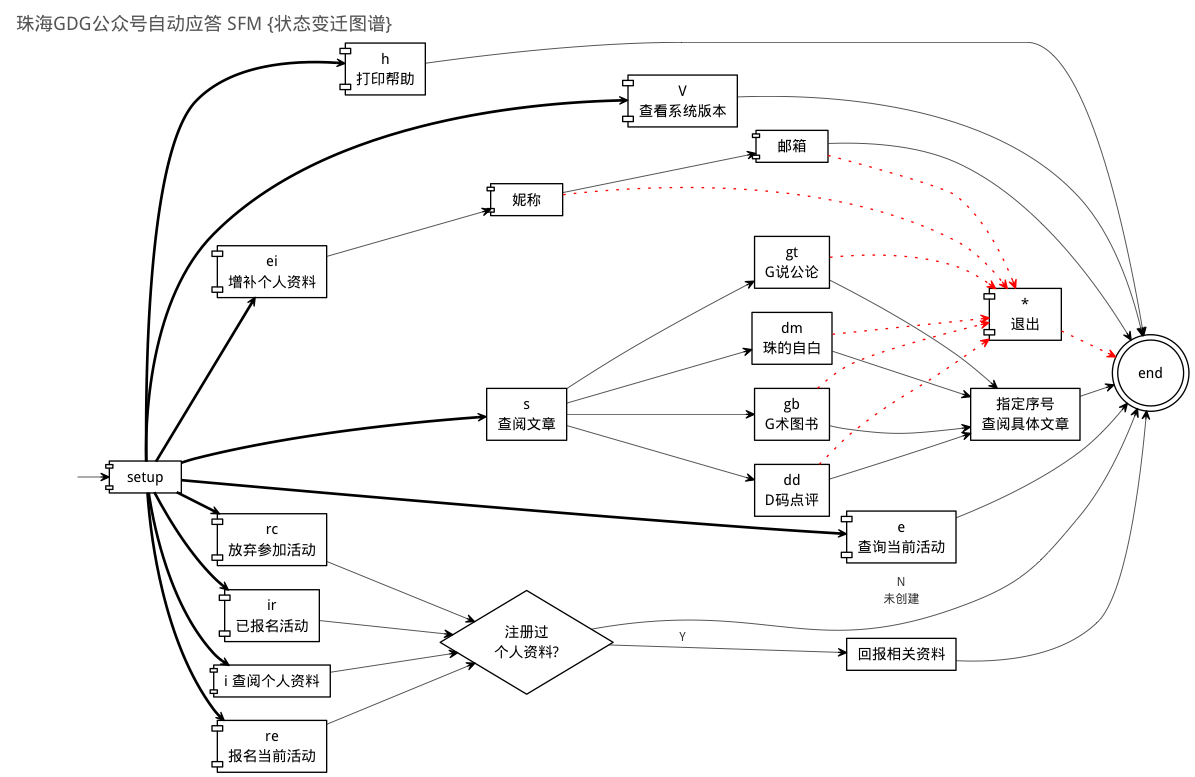
Above: static/map/gdg_fsm_map.png in ZHGDG/techparty (Graphviz), before the change. Its source is kept beside it as static/map/gdg_fsm_map.dot. Source of this version:
```dot
    /*生成命令:
$ dot -Tpng gdg_fsm_map.dot -o gdg_fsm_map.png
 -Tcmapx -o lb-crx-roles.map
全局设定::
    plaintext
    */

digraph G4gdg_fsm_map {
    /*全局设定*/
    graph [label="珠海GDG公众号自动应答 SFM {状态变迁图谱}"
        ,fontsize=14.0
        ,fontname="WenQuanYi Micro Hei"
        ,fontcolor="#555555"
        ,labeljust="l",labelloc="t",center=1
        ,ranksep=0.3,center=1,ratio=compress
        ,rankdir=LR
        ];

    node[fontsize=11.0,height=0.3
        ,fontname="WenQuanYi Micro Hei"
        ,shape=component
        ];

    edge [fontsize=9.0,fontcolor="#333333"
        ,fontname="WenQuanYi Micro Hei"
        ,arrowsize=0.6,arrowhead=vee,arrowtail=none
        ,style="setlinewidth(0.5)"
        ];
/*
    src [label="源码",shape=ellipse,style="filled,dashed,setlinewidth(5)"
        ,color="#333333",fillcolor=dimgray
        ,URL="http://code.google.com/p/zoomquiet/source/browse/dot/obp/csdndr1-km.dot?repo=tangle"];
    /*图元声明
    start       [label="流程开始/结束",shape=point];
    end         [label="",shape=doublecircle,fillcolor=red];

    box         [label="实体/对象",shape=box];
    ellipse     [label="行动/节点",shape=ellipse];
    egg         [label="用户/人物",shape=egg];
    plaintext   [label="状态/属性",shape=plaintext,fillcolor=whitesmoke];
    diamond     [label="判别",shape=diamond];
    note        [label="注释",shape=note];
    tab         [label="目录/模块",shape=tab];
    db          [label="数据库",shape=box3d];
    component   [label="主机/组件",shape=component];
  ,style="rounded,dotted"];
    CONFIRM_REG [label="ce 确认参加活动",shape=component];
*/

    start       [label="",shape=plaintext];
    setup       [label="setup",shape=component];
    end         [label="end",shape=doublecircle];

    HELP [label="h\n打印帮助",shape=component];
    VERSION [label="V\n查看系统版本",shape=component];

    CANCEL [label="*\n退出",shape=component];

    EVENT [label="e\n活动查询",shape=component];
    REG_EVEN [label="re\n活动报名",shape=component];
    REG_CANCEL [label="rc\n放弃报名",shape=component];

    ECHO_INFO [label="回报相关资料",shape=box];

    INFO_REG [label="ri\n确认报名",shape=component];

    ME [label="i 查阅成员资料",shape=component];
        isINFO [label="注册过\n个人资料?",shape=diamond];
    ME_INFO [label="ei\n修订成员资料",shape=component];
        ME_ALIAS [label="妮称",shape=component];
        ME_EM [label="邮箱",shape=component];

    SEEK [label="s\n查阅文章",shape=box];
        GB [label="gb\nG术图书",shape=box];
        DD [label="dd\nD码点评",shape=box];
        GT [label="gt\nG说公论",shape=box];
        DM [label="dm\n珠的自白",shape=box];
            NO [label="指定序号\n查阅具体文章",shape=box];


    /*图例关系
    srvPUB->installer [label="2.0",style="dotted"];
            ME_EM->ME_CONFIRM;
    */
    start->setup;

    setup->{EVENT REG_EVEN ME ME_INFO INFO_REG REG_CANCEL SEEK HELP VERSION} [style="setlinewidth(2)"];
        {INFO_REG REG_EVEN ME REG_CANCEL}->isINFO;
            isINFO->end [label="N\n未创建"];
            isINFO->ECHO_INFO [label="Y"];
        ME_INFO->ME_ALIAS->ME_EM;
        SEEK->{GB DD GT DM}->NO;
    {EVENT ME_EM NO ECHO_INFO HELP VERSION}->end;

    {ME_ALIAS ME_EM GB DD GT DM }->CANCEL->end [color=red,style="dotted"];




/*
    { rank=same; PUB    srvA srvB srvN; }
    { rank=same; DL     installer; }
    { rank=same; CHK    chker; }
    { rank=same; DONE   bkStore; }

    PUB[label="发布阶段",shape=plaintext];
    DL[label="下载阶段",shape=plaintext];
    CHK[label="检查阶段",shape=plaintext];
    DONE[label="完成阶段",shape=plaintext];
        PUB->DL->CHK->DONE;

        srvPUB->srvAC;
        srvA->srvB->srvN;
*/
    edge [style=invis];
}
```
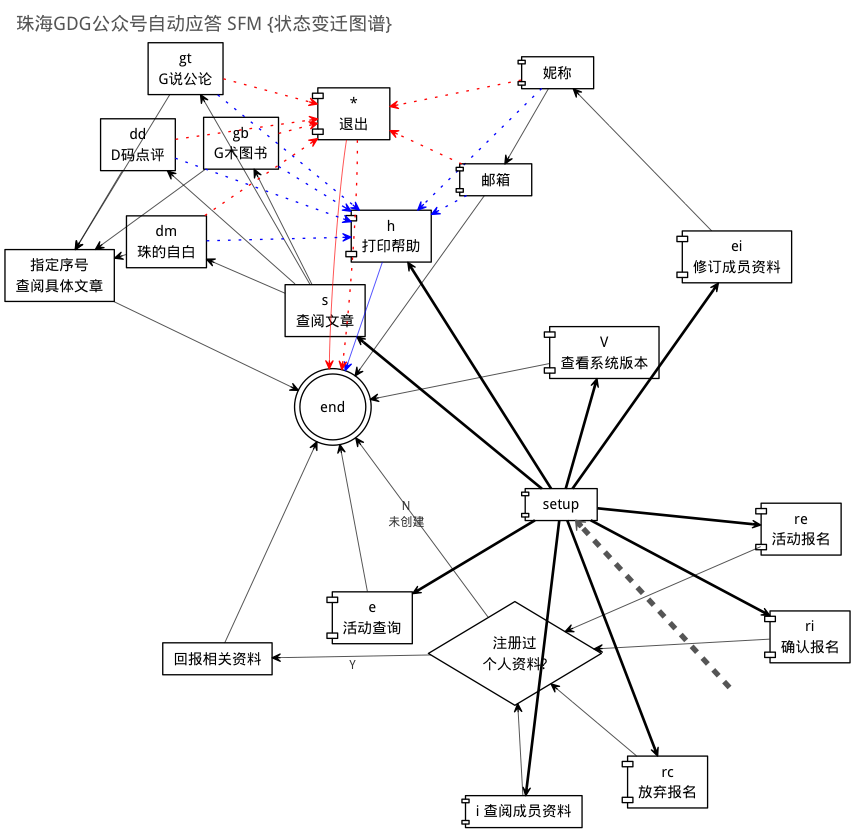
Above is the later version.

Diff of the diagram source:
```diff
@@ -12,11 +12,11 @@
         ,fontname="WenQuanYi Micro Hei"
         ,fontcolor="#555555"
         ,labeljust="l",labelloc="t",center=1
-        ,ranksep=0.3,center=1,ratio=compress
+        ,ranksep=0.2,center=1,ratio=compress
         ,rankdir=LR
         ];
 
-    node[fontsize=11.0,height=0.3
+    node[fontsize=11.0,height=0.2
         ,fontname="WenQuanYi Micro Hei"
         ,shape=component
         ];
@@ -82,7 +82,7 @@
     srvPUB->installer [label="2.0",style="dotted"];
             ME_EM->ME_CONFIRM;
     */
-    start->setup;
+    start->setup [color="#555555",style="dashed,setlinewidth(4)"];
 
     setup->{EVENT REG_EVEN ME ME_INFO INFO_REG REG_CANCEL SEEK HELP VERSION} [style="setlinewidth(2)"];
         {INFO_REG REG_EVEN ME REG_CANCEL}->isINFO;
@@ -90,9 +90,12 @@
             isINFO->ECHO_INFO [label="Y"];
         ME_INFO->ME_ALIAS->ME_EM;
         SEEK->{GB DD GT DM}->NO;
-    {EVENT ME_EM NO ECHO_INFO HELP VERSION}->end;
+    {EVENT ME_EM NO ECHO_INFO VERSION}->end;
 
     {ME_ALIAS ME_EM GB DD GT DM }->CANCEL->end [color=red,style="dotted"];
+        CANCEL->end [color=red];
+    {ME_ALIAS ME_EM GB DD GT DM }->HELP [color=blue,style="dotted"];
+        HELP->end [color=blue];
 
 
 
```
